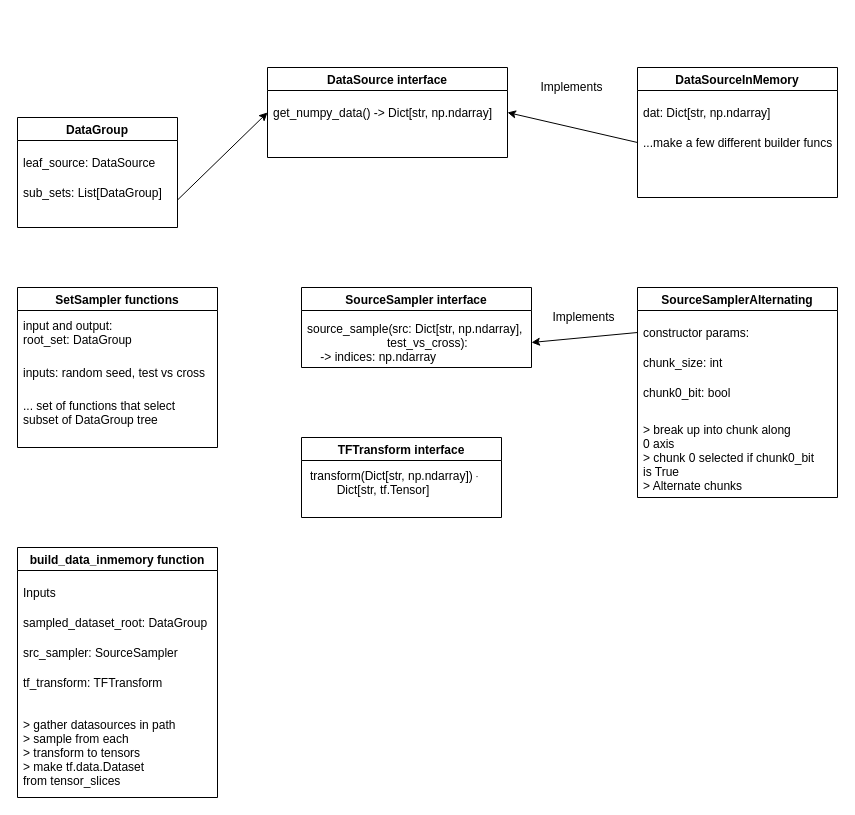
Above: src/Sampler/design.drawio in archworm19/SimpleWorm (draw.io), before the change. Source tidied: cells renumbered, new cells numbered last; positions are measured from the earlier drawing's top-left corner, leaving out a move shared by most shapes. Both pictures are drawn from the tidied source at 100%, with x=0, y=0 at pixel (17, 67).
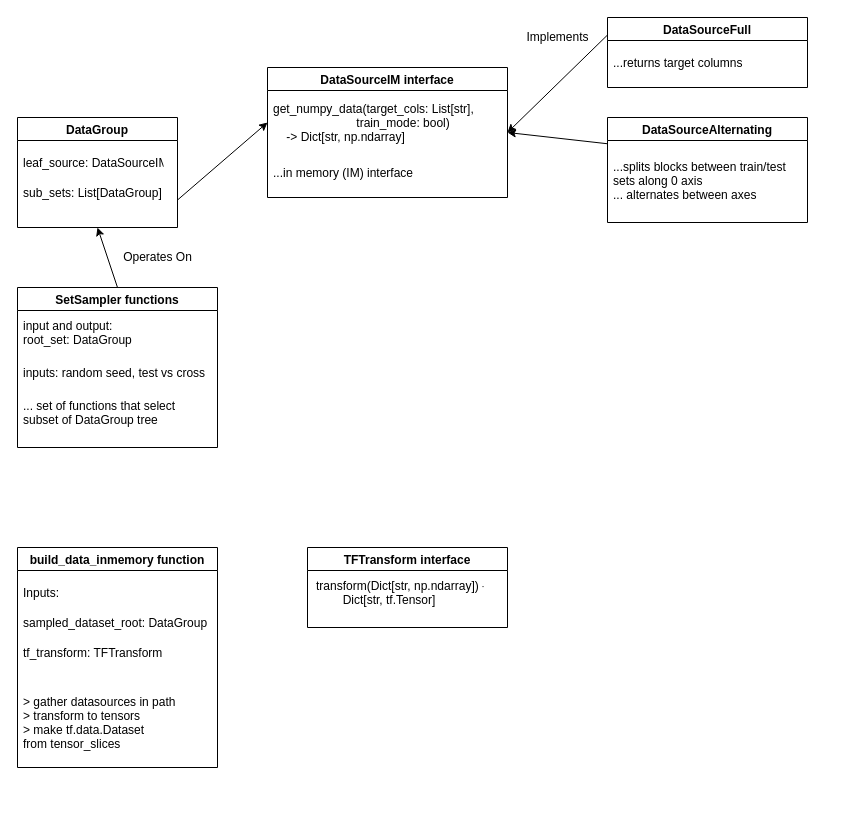
After the change.

Commit message (it also covers changes not shown here):
simplified design

The change refers to these unchanged cells:
```xml
<mxCell id="5" value="DataGroup" style="swimlane;" parent="1" vertex="1">
  <mxGeometry y="50" width="160" height="110" as="geometry" />
</mxCell>
<mxCell id="13" value="SetSampler functions" style="swimlane;" parent="1" vertex="1">
  <mxGeometry y="220" width="200" height="160" as="geometry" />
</mxCell>
```

The edit, as a diff of the source:
```diff
@@
-    <mxCell id="2" value="DataSource interface" style="swimlane;" parent="1" vertex="1">
-      <mxGeometry x="250" width="240" height="90" as="geometry" />
+    <mxCell id="2" value="DataSourceIM interface" style="swimlane;" parent="1" vertex="1">
+      <mxGeometry x="250" width="240" height="130" as="geometry" />
     </mxCell>
-    <mxCell id="3" value="get_numpy_data() -&gt; Dict[str, np.ndarray]" style="text;strokeColor=none;fillColor=none;align=left;verticalAlign=middle;spacingLeft=4;spacingRight=4;overflow=hidden;points=[[0,0.5],[1,0.5]];portConstraint=eastwest;" parent="2" vertex="1">
-      <mxGeometry y="30" width="230" height="30" as="geometry" />
+    <mxCell id="3" value="get_numpy_data(target_cols: List[str],&#10;                            train_mode: bool)&#10;    -&gt; Dict[str, np.ndarray]" style="text;strokeColor=none;fillColor=none;align=left;verticalAlign=middle;spacingLeft=4;spacingRight=4;overflow=hidden;points=[[0,0.5],[1,0.5]];portConstraint=eastwest;" parent="2" vertex="1">
+      <mxGeometry y="30" width="230" height="50" as="geometry" />
     </mxCell>
+    <mxCell id="34" value="...in memory (IM) interface" style="text;strokeColor=none;fillColor=none;align=left;verticalAlign=middle;spacingLeft=4;spacingRight=4;overflow=hidden;" parent="2" vertex="1">
+      <mxGeometry y="90" width="160" height="30" as="geometry" />
+    </mxCell>
@@
-    <mxCell id="6" value="leaf_source: DataSource" style="text;strokeColor=none;fillColor=none;align=left;verticalAlign=middle;spacingLeft=4;spacingRight=4;overflow=hidden;" parent="5" vertex="1">
+    <mxCell id="6" value="leaf_source: DataSourceIM" style="text;strokeColor=none;fillColor=none;align=left;verticalAlign=middle;spacingLeft=4;spacingRight=4;overflow=hidden;" parent="5" vertex="1">
       <mxGeometry y="30" width="150" height="30" as="geometry" />
     </mxCell>
@@
-    <mxCell id="8" value="DataSourceInMemory" style="swimlane;" parent="1" vertex="1">
-      <mxGeometry x="620" width="200" height="130" as="geometry" />
-    </mxCell>
-    <mxCell id="9" value="dat: Dict[str, np.ndarray]" style="text;strokeColor=none;fillColor=none;align=left;verticalAlign=middle;spacingLeft=4;spacingRight=4;overflow=hidden;" parent="8" vertex="1">
-      <mxGeometry y="30" width="150" height="30" as="geometry" />
-    </mxCell>
-    <mxCell id="10" value="...make a few different builder funcs" style="text;strokeColor=none;fillColor=none;align=left;verticalAlign=middle;spacingLeft=4;spacingRight=4;overflow=hidden;points=[[0,0.5],[1,0.5]];portConstraint=eastwest;" parent="8" vertex="1">
-      <mxGeometry y="60" width="200" height="30" as="geometry" />
-    </mxCell>
-    <mxCell id="11" style="edgeStyle=none;html=1;exitX=0;exitY=0.5;exitDx=0;exitDy=0;entryX=1;entryY=0.5;entryDx=0;entryDy=0;" parent="1" edge="1" source="10" target="2">
-      <mxGeometry relative="1" as="geometry" />
-    </mxCell>
-    <mxCell id="12" value="Implements" style="text;html=1;align=center;verticalAlign=middle;fillColor=none;strokeColor=none;rounded=0;" parent="1" vertex="1">
-      <mxGeometry x="514" y="10" width="80" height="20" as="geometry" />
-    </mxCell>
+    <mxCell id="35" style="edgeStyle=none;html=1;exitX=0.5;exitY=0;exitDx=0;exitDy=0;entryX=0.5;entryY=1;entryDx=0;entryDy=0;" parent="1" edge="1" source="13" target="5">
+      <mxGeometry relative="1" as="geometry" />
+    </mxCell>
@@
-    <mxCell id="17" value="SourceSampler interface" style="swimlane;" parent="1" vertex="1">
-      <mxGeometry x="284" y="220" width="230" height="80" as="geometry" />
-    </mxCell>
-    <mxCell id="18" value="source_sample(src: Dict[str, np.ndarray],&#10;                        test_vs_cross):&#10;    -&gt; indices: np.ndarray" style="text;strokeColor=none;fillColor=none;align=left;verticalAlign=middle;spacingLeft=4;spacingRight=4;overflow=hidden;points=[[0,0.5],[1,0.5]];portConstraint=eastwest;" parent="17" vertex="1">
-      <mxGeometry y="30" width="230" height="50" as="geometry" />
-    </mxCell>
     <mxCell id="19" value="TFTransform interface" style="swimlane;" parent="1" vertex="1">
-      <mxGeometry x="284" y="370" width="200" height="80" as="geometry" />
+      <mxGeometry x="290" y="480" width="200" height="80" as="geometry" />
     </mxCell>
@@
     <mxCell id="21" value="build_data_inmemory function" style="swimlane;" parent="1" vertex="1">
-      <mxGeometry y="480" width="200" height="250" as="geometry" />
+      <mxGeometry y="480" width="200" height="220" as="geometry" />
     </mxCell>
-    <mxCell id="22" value="Inputs" style="text;strokeColor=none;fillColor=none;align=left;verticalAlign=middle;spacingLeft=4;spacingRight=4;overflow=hidden;" parent="21" vertex="1">
+    <mxCell id="22" value="Inputs:" style="text;strokeColor=none;fillColor=none;align=left;verticalAlign=middle;spacingLeft=4;spacingRight=4;overflow=hidden;" parent="21" vertex="1">
       <mxGeometry y="30" width="80" height="30" as="geometry" />
     </mxCell>
@@
-    <mxCell id="24" value="src_sampler: SourceSampler" style="text;strokeColor=none;fillColor=none;align=left;verticalAlign=middle;spacingLeft=4;spacingRight=4;overflow=hidden;" parent="21" vertex="1">
-      <mxGeometry y="90" width="180" height="30" as="geometry" />
-    </mxCell>
     <mxCell id="25" value="tf_transform: TFTransform" style="text;strokeColor=none;fillColor=none;align=left;verticalAlign=middle;spacingLeft=4;spacingRight=4;overflow=hidden;" parent="21" vertex="1">
-      <mxGeometry y="120" width="150" height="30" as="geometry" />
+      <mxGeometry y="90" width="150" height="30" as="geometry" />
     </mxCell>
-    <mxCell id="26" value="&gt; gather datasources in path&#10;&gt; sample from each&#10;&gt; transform to tensors&#10;&gt; make tf.data.Dataset&#10;from tensor_slices" style="text;strokeColor=none;fillColor=none;align=left;verticalAlign=middle;spacingLeft=4;spacingRight=4;overflow=hidden;" parent="21" vertex="1">
-      <mxGeometry y="160" width="170" height="90" as="geometry" />
+    <mxCell id="26" value="&gt; gather datasources in path&#10;&gt; transform to tensors&#10;&gt; make tf.data.Dataset&#10;from tensor_slices" style="text;strokeColor=none;fillColor=none;align=left;verticalAlign=middle;spacingLeft=4;spacingRight=4;overflow=hidden;" parent="21" vertex="1">
+      <mxGeometry y="130" width="170" height="90" as="geometry" />
     </mxCell>
-    <mxCell id="27" value="SourceSamplerAlternating" style="swimlane;" parent="1" vertex="1">
-      <mxGeometry x="620" y="220" width="200" height="210" as="geometry" />
-    </mxCell>
-    <mxCell id="28" value="constructor params:" style="text;strokeColor=none;fillColor=none;align=left;verticalAlign=middle;spacingLeft=4;spacingRight=4;overflow=hidden;points=[[0,0.5],[1,0.5]];portConstraint=eastwest;" parent="27" vertex="1">
-      <mxGeometry y="30" width="120" height="30" as="geometry" />
-    </mxCell>
-    <mxCell id="29" value="chunk_size: int" style="text;strokeColor=none;fillColor=none;align=left;verticalAlign=middle;spacingLeft=4;spacingRight=4;overflow=hidden;" parent="27" vertex="1">
-      <mxGeometry y="60" width="100" height="30" as="geometry" />
-    </mxCell>
-    <mxCell id="30" value="chunk0_bit: bool" style="text;strokeColor=none;fillColor=none;align=left;verticalAlign=middle;spacingLeft=4;spacingRight=4;overflow=hidden;" parent="27" vertex="1">
-      <mxGeometry y="90" width="100" height="30" as="geometry" />
-    </mxCell>
-    <mxCell id="31" value="&gt; break up into chunk along&#10;0 axis&#10;&gt; chunk 0 selected if chunk0_bit&#10;is True&#10;&gt; Alternate chunks" style="text;strokeColor=none;fillColor=none;align=left;verticalAlign=middle;spacingLeft=4;spacingRight=4;overflow=hidden;" parent="27" vertex="1">
-      <mxGeometry y="130" width="190" height="80" as="geometry" />
-    </mxCell>
-    <mxCell id="32" style="edgeStyle=none;html=1;exitX=0;exitY=0.5;exitDx=0;exitDy=0;entryX=1;entryY=0.5;entryDx=0;entryDy=0;" parent="1" edge="1" source="28" target="18">
-      <mxGeometry relative="1" as="geometry" />
-    </mxCell>
-    <mxCell id="33" value="Implements" style="text;html=1;align=center;verticalAlign=middle;fillColor=none;strokeColor=none;rounded=0;" parent="1" vertex="1">
-      <mxGeometry x="526" y="240" width="80" height="20" as="geometry" />
-    </mxCell>
+    <mxCell id="36" style="edgeStyle=none;html=1;exitX=0;exitY=0.25;exitDx=0;exitDy=0;entryX=1;entryY=0.5;entryDx=0;entryDy=0;" parent="1" edge="1" source="37" target="2">
+      <mxGeometry relative="1" as="geometry" />
+    </mxCell>
+    <mxCell id="37" value="DataSourceAlternating" style="swimlane;" parent="1" vertex="1">
+      <mxGeometry x="590" y="50" width="200" height="105" as="geometry" />
+    </mxCell>
+    <mxCell id="38" value="...splits blocks between train/test&#10;sets along 0 axis&#10;... alternates between axes" style="text;strokeColor=none;fillColor=none;align=left;verticalAlign=middle;spacingLeft=4;spacingRight=4;overflow=hidden;" parent="37" vertex="1">
+      <mxGeometry y="35" width="190" height="55" as="geometry" />
+    </mxCell>
+    <mxCell id="39" style="edgeStyle=none;html=1;exitX=0;exitY=0.25;exitDx=0;exitDy=0;entryX=1;entryY=0.5;entryDx=0;entryDy=0;" parent="1" edge="1" source="40" target="2">
+      <mxGeometry relative="1" as="geometry" />
+    </mxCell>
+    <mxCell id="40" value="DataSourceFull" style="swimlane;" parent="1" vertex="1">
+      <mxGeometry x="590" y="-50" width="200" height="70" as="geometry" />
+    </mxCell>
+    <mxCell id="41" value="...returns target columns" style="text;strokeColor=none;fillColor=none;align=left;verticalAlign=middle;spacingLeft=4;spacingRight=4;overflow=hidden;" parent="40" vertex="1">
+      <mxGeometry y="30" width="140" height="30" as="geometry" />
+    </mxCell>
+    <mxCell id="42" value="Implements" style="text;html=1;align=center;verticalAlign=middle;fillColor=none;strokeColor=none;rounded=0;" parent="1" vertex="1">
+      <mxGeometry x="500" y="-40" width="80" height="20" as="geometry" />
+    </mxCell>
+    <mxCell id="43" value="Operates On" style="text;html=1;align=center;verticalAlign=middle;fillColor=none;strokeColor=none;rounded=0;" parent="1" vertex="1">
+      <mxGeometry x="100" y="180" width="80" height="20" as="geometry" />
+    </mxCell>
```
